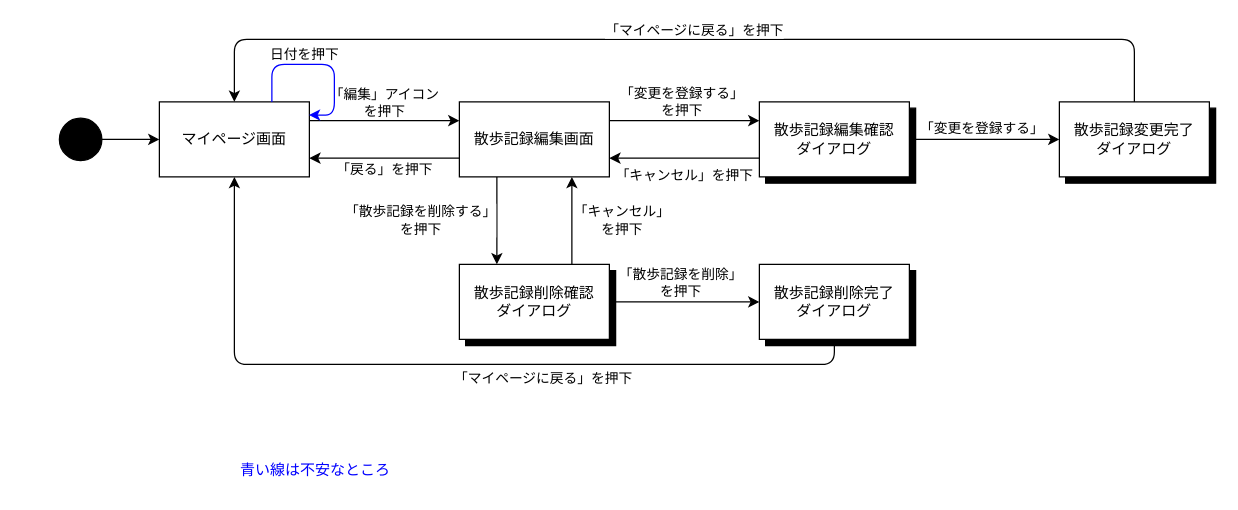
Before: page "マイページ" (4 of 7) of desing/STD.dio in miyong00/ServerProgramming-2026, a draw.io diagram. Source tidied: cells renumbered, new cells numbered last; positions are measured from the earlier drawing's top-left corner, leaving out a move shared by most shapes. Both pictures are drawn from the tidied source at 125%, with x=0, y=0 at pixel (59, 39).
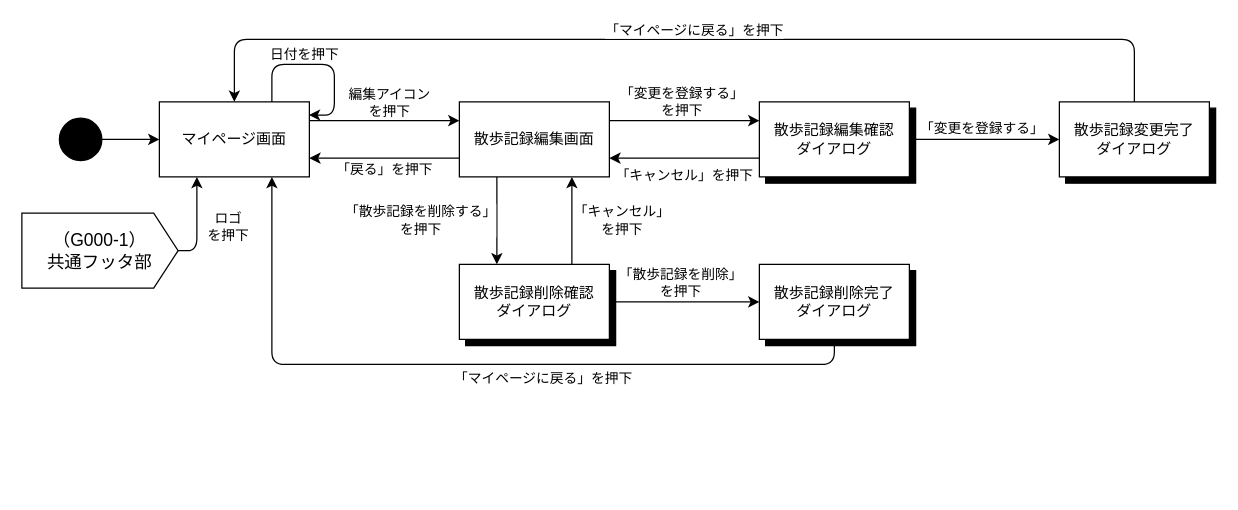
The same page after the edit.

Commit message (it also covers changes not shown here):
feat: 共通フッタ部

Unchanged cells that the change refers to:
```xml
<mxCell id="4" style="edgeStyle=none;html=1;exitX=1;exitY=0.25;exitDx=0;exitDy=0;entryX=0;entryY=0.25;entryDx=0;entryDy=0;" parent="1" edge="1" source="6" target="16">
  <mxGeometry relative="1" as="geometry" />
</mxCell>
<mxCell id="6" value="マイページ画面" style="rounded=0;whiteSpace=wrap;html=1;" parent="1" vertex="1">
  <mxGeometry x="80" y="50" width="120" height="60" as="geometry" />
</mxCell>
<mxCell id="38" value="散歩記録削除完了&lt;div&gt;ダイアログ&lt;/div&gt;" style="rounded=0;whiteSpace=wrap;html=1;" parent="36" vertex="1">
  <mxGeometry width="120" height="60" as="geometry" />
</mxCell>
```

Change to the diagram source:
```diff
@@
-    <mxCell id="5" value="「編集」アイコン&lt;div&gt;を押下&lt;/div&gt;" style="edgeLabel;html=1;align=center;verticalAlign=middle;" parent="4" vertex="1">
+    <mxCell id="5" value="編集アイコン&lt;div&gt;を押下&lt;/div&gt;" style="edgeLabel;html=1;align=center;verticalAlign=middle;" parent="4" vertex="1">
       <mxGeometry x="-0.01" y="1" relative="1" as="geometry">
-        <mxPoint y="-14" as="offset" />
+        <mxPoint x="4" y="-14" as="offset" />
       </mxGeometry>
     </mxCell>
@@
-    <mxCell id="9" value="&lt;span style=&quot;color: rgb(0, 0, 255);&quot;&gt;青い線は不安なところ&lt;/span&gt;" style="text;html=1;whiteSpace=wrap;strokeColor=none;fillColor=none;align=center;verticalAlign=middle;rounded=0;" parent="1" vertex="1">
-      <mxGeometry x="130" y="330" width="150" height="30" as="geometry" />
-    </mxCell>
@@
-    <mxCell id="17" style="edgeStyle=orthogonalEdgeStyle;html=1;exitX=0.75;exitY=0;exitDx=0;exitDy=0;entryX=0.997;entryY=0.175;entryDx=0;entryDy=0;innerLoopWaypoints=1;entryPerimeter=0;strokeColor=#0000FF;" parent="1" edge="1" source="6" target="6">
+    <mxCell id="17" style="edgeStyle=orthogonalEdgeStyle;html=1;exitX=0.75;exitY=0;exitDx=0;exitDy=0;entryX=0.997;entryY=0.175;entryDx=0;entryDy=0;innerLoopWaypoints=1;entryPerimeter=0;strokeColor=#000000;" parent="1" edge="1" source="6" target="6">
       <mxGeometry x="-0.03" relative="1" as="geometry">
         <Array as="points">
           <mxPoint x="170" y="20" />
           <mxPoint x="220" y="20" />
           <mxPoint x="220" y="60.5" />
         </Array>
       </mxGeometry>
     </mxCell>
@@
-    <mxCell id="29" style="edgeStyle=orthogonalEdgeStyle;html=1;exitX=0.5;exitY=1;exitDx=0;exitDy=0;entryX=0.5;entryY=1;entryDx=0;entryDy=0;" parent="1" edge="1" source="38" target="6">
-      <mxGeometry relative="1" as="geometry">
+    <mxCell id="29" style="edgeStyle=orthogonalEdgeStyle;html=1;exitX=0.5;exitY=1;exitDx=0;exitDy=0;entryX=0.75;entryY=1;entryDx=0;entryDy=0;" parent="1" edge="1" source="38" target="6">
+      <mxGeometry x="0.05" relative="1" as="geometry">
         <Array as="points">
           <mxPoint x="620" y="260" />
-          <mxPoint x="140" y="260" />
+          <mxPoint x="170" y="260" />
         </Array>
       </mxGeometry>
     </mxCell>
     <mxCell id="30" value="「マイページに戻る」を押下" style="edgeLabel;html=1;align=center;verticalAlign=middle;" parent="29" vertex="1">
-      <mxGeometry x="-0.22" y="-1" relative="1" as="geometry">
+      <mxGeometry x="-0.18" y="-1" relative="1" as="geometry">
         <mxPoint y="11" as="offset" />
       </mxGeometry>
     </mxCell>
@@
+    <mxCell id="39" style="edgeStyle=orthogonalEdgeStyle;html=1;exitX=0.5;exitY=1;exitDx=0;exitDy=0;entryX=0.25;entryY=1;entryDx=0;entryDy=0;" parent="1" edge="1" source="41" target="6">
+      <mxGeometry x="0.09" relative="1" as="geometry" />
+    </mxCell>
+    <mxCell id="40" value="ロゴ&lt;br&gt;&lt;div&gt;を押下&lt;/div&gt;" style="edgeLabel;html=1;align=center;verticalAlign=middle;" parent="39" vertex="1">
+      <mxGeometry x="0.09" relative="1" as="geometry">
+        <mxPoint x="24" y="5" as="offset" />
+      </mxGeometry>
+    </mxCell>
+    <mxCell id="41" value="&lt;div&gt;&lt;font style=&quot;font-size: 14px;&quot;&gt;（G000-1）&lt;/font&gt;&lt;/div&gt;&lt;font style=&quot;font-size: 14px;&quot;&gt;共通フッタ部&lt;/font&gt;" style="shape=offPageConnector;whiteSpace=wrap;html=1;direction=north;size=0.15625;" parent="1" vertex="1">
+      <mxGeometry x="-30" y="139" width="125" height="60" as="geometry" />
+    </mxCell>
```
